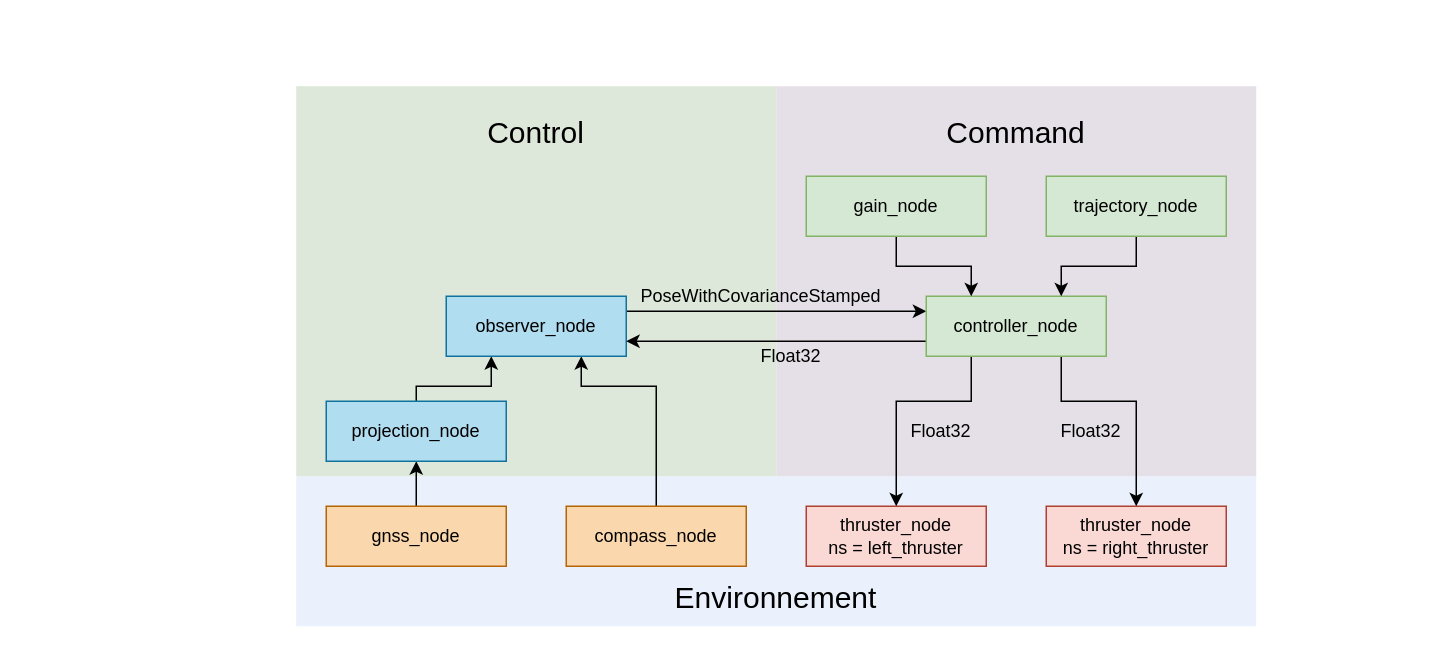
Jules-Berhault/ddbot keeps this draw.io diagram as doc/DDBot.drawio. Above is the earlier version. Source tidied: cells renumbered, new cells numbered last; positions are measured from the earlier drawing's top-left corner, leaving out a move shared by most shapes. Both pictures are drawn from the tidied source at 150%, with x=0, y=0 at pixel (296, 86).
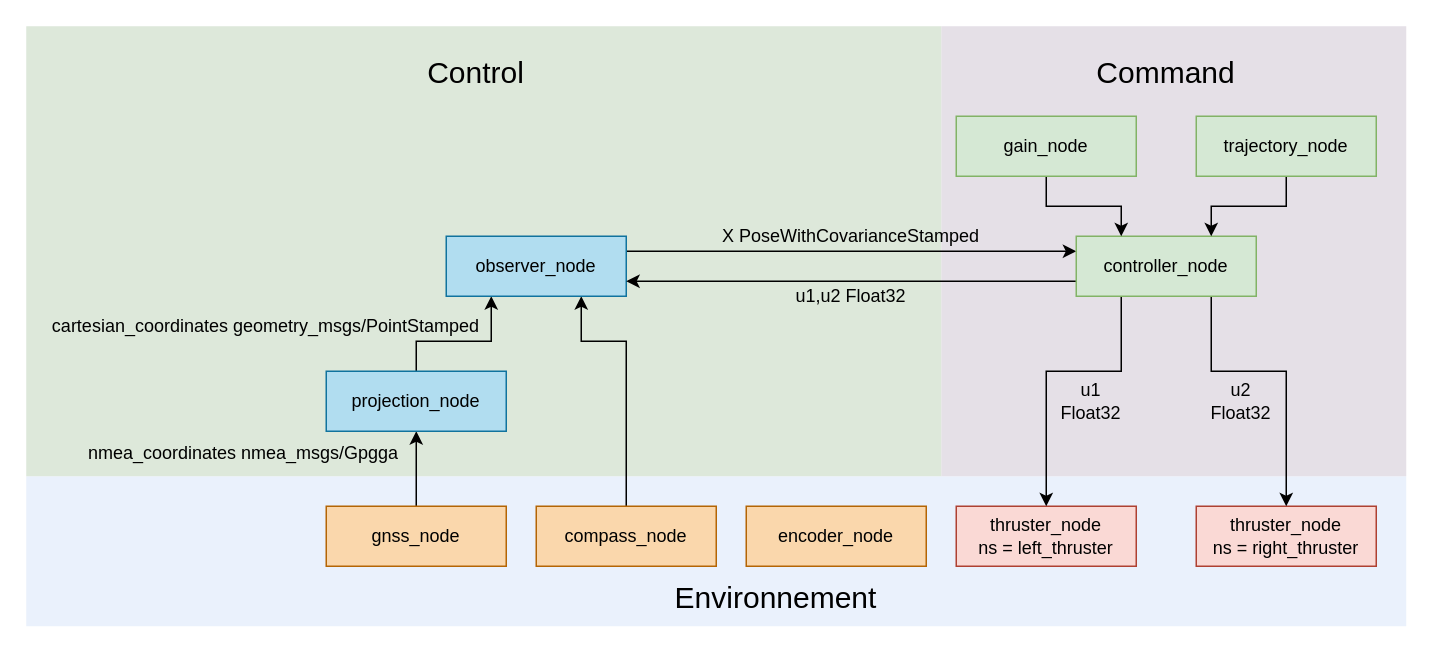
The same page after the edit.

What changed in the source:
```diff
@@
     <mxCell id="2" style="rounded=0;whiteSpace=wrap;html=1;fillColor=#EAF1FC;strokeColor=none;gradientColor=none;" parent="1" vertex="1">
-      <mxGeometry y="260" width="640" height="100" as="geometry" />
+      <mxGeometry x="-180" y="260" width="920" height="100" as="geometry" />
     </mxCell>
     <mxCell id="3" style="rounded=0;whiteSpace=wrap;html=1;fillColor=#E5E0E7;strokeColor=none;" parent="1" vertex="1">
-      <mxGeometry x="320" width="320" height="260" as="geometry" />
+      <mxGeometry x="430" y="-40" width="310" height="300" as="geometry" />
     </mxCell>
     <mxCell id="4" style="rounded=0;whiteSpace=wrap;html=1;fillColor=#DDE8DA;strokeColor=none;" parent="1" vertex="1">
-      <mxGeometry width="320" height="260" as="geometry" />
+      <mxGeometry x="-180" y="-40" width="610" height="300" as="geometry" />
     </mxCell>
     <mxCell id="5" style="edgeStyle=orthogonalEdgeStyle;rounded=0;jettySize=auto;html=1;exitX=0.5;exitY=0;exitDx=0;exitDy=0;entryX=0.75;entryY=1;entryDx=0;entryDy=0;" parent="1" edge="1" source="6" target="14">
       <mxGeometry relative="1" as="geometry">
         <Array as="points">
-          <mxPoint x="240" y="200" />
-          <mxPoint x="190" y="200" />
+          <mxPoint x="220" y="170" />
+          <mxPoint x="190" y="170" />
         </Array>
       </mxGeometry>
     </mxCell>
     <mxCell id="6" value="compass_node" style="rounded=0;whiteSpace=wrap;html=1;fillColor=#fad7ac;strokeColor=#b46504;" parent="1" vertex="1">
-      <mxGeometry x="180" y="280" width="120" height="40" as="geometry" />
+      <mxGeometry x="160" y="280" width="120" height="40" as="geometry" />
     </mxCell>
@@
     <mxCell id="9" value="thruster_node&lt;br&gt;ns = left_thruster" style="rounded=0;whiteSpace=wrap;html=1;fillColor=#fad9d5;strokeColor=#ae4132;" parent="1" vertex="1">
-      <mxGeometry x="340" y="280" width="120" height="40" as="geometry" />
+      <mxGeometry x="440" y="280" width="120" height="40" as="geometry" />
     </mxCell>
     <mxCell id="10" value="thruster_node&lt;br&gt;ns = right_thruster" style="rounded=0;whiteSpace=wrap;html=1;fillColor=#fad9d5;strokeColor=#ae4132;" parent="1" vertex="1">
-      <mxGeometry x="500" y="280" width="120" height="40" as="geometry" />
+      <mxGeometry x="600" y="280" width="120" height="40" as="geometry" />
     </mxCell>
     <mxCell id="11" style="edgeStyle=orthogonalEdgeStyle;rounded=0;jettySize=auto;html=1;exitX=0.5;exitY=0;exitDx=0;exitDy=0;entryX=0.25;entryY=1;entryDx=0;entryDy=0;" parent="1" edge="1" source="12" target="14">
       <mxGeometry relative="1" as="geometry">
         <Array as="points">
-          <mxPoint x="80" y="200" />
-          <mxPoint x="130" y="200" />
+          <mxPoint x="80" y="170" />
+          <mxPoint x="130" y="170" />
         </Array>
       </mxGeometry>
     </mxCell>
     <mxCell id="12" value="projection_node" style="rounded=0;whiteSpace=wrap;html=1;fillColor=#b1ddf0;strokeColor=#10739e;" parent="1" vertex="1">
-      <mxGeometry x="20" y="210" width="120" height="40" as="geometry" />
+      <mxGeometry x="20" y="190" width="120" height="40" as="geometry" />
     </mxCell>
@@
     <mxCell id="14" value="observer_node" style="rounded=0;whiteSpace=wrap;html=1;fillColor=#b1ddf0;strokeColor=#10739e;" parent="1" vertex="1">
-      <mxGeometry x="100" y="140" width="120" height="40" as="geometry" />
+      <mxGeometry x="100" y="100" width="120" height="40" as="geometry" />
     </mxCell>
     <mxCell id="15" style="edgeStyle=orthogonalEdgeStyle;rounded=0;jettySize=auto;html=1;exitX=0.25;exitY=1;exitDx=0;exitDy=0;entryX=0.5;entryY=0;entryDx=0;entryDy=0;" parent="1" edge="1" source="18" target="9">
       <mxGeometry relative="1" as="geometry">
         <Array as="points">
-          <mxPoint x="450" y="210" />
-          <mxPoint x="400" y="210" />
+          <mxPoint x="550" y="190" />
+          <mxPoint x="500" y="190" />
         </Array>
       </mxGeometry>
     </mxCell>
     <mxCell id="16" style="edgeStyle=orthogonalEdgeStyle;rounded=0;jettySize=auto;html=1;exitX=0.75;exitY=1;exitDx=0;exitDy=0;entryX=0.5;entryY=0;entryDx=0;entryDy=0;" parent="1" edge="1" source="18" target="10">
       <mxGeometry relative="1" as="geometry">
         <Array as="points">
-          <mxPoint x="510" y="210" />
-          <mxPoint x="560" y="210" />
+          <mxPoint x="610" y="190" />
+          <mxPoint x="660" y="190" />
         </Array>
       </mxGeometry>
     </mxCell>
@@
     <mxCell id="18" value="controller_node" style="rounded=0;whiteSpace=wrap;html=1;fillColor=#d5e8d4;strokeColor=#82b366;" parent="1" vertex="1">
-      <mxGeometry x="420" y="140" width="120" height="40" as="geometry" />
+      <mxGeometry x="520" y="100" width="120" height="40" as="geometry" />
     </mxCell>
     <mxCell id="19" style="edgeStyle=orthogonalEdgeStyle;rounded=0;jettySize=auto;html=1;exitX=0.5;exitY=1;exitDx=0;exitDy=0;entryX=0.25;entryY=0;entryDx=0;entryDy=0;startArrow=none;startFill=0;endArrow=classic;endFill=1;" parent="1" edge="1" source="20" target="18">
       <mxGeometry relative="1" as="geometry">
         <Array as="points">
-          <mxPoint x="400" y="120" />
-          <mxPoint x="450" y="120" />
+          <mxPoint x="500" y="80" />
+          <mxPoint x="550" y="80" />
         </Array>
       </mxGeometry>
     </mxCell>
     <mxCell id="20" value="gain_node" style="rounded=0;whiteSpace=wrap;html=1;fillColor=#d5e8d4;strokeColor=#82b366;" parent="1" vertex="1">
-      <mxGeometry x="340" y="60" width="120" height="40" as="geometry" />
+      <mxGeometry x="440" y="20" width="120" height="40" as="geometry" />
     </mxCell>
     <mxCell id="21" style="edgeStyle=orthogonalEdgeStyle;rounded=0;jettySize=auto;html=1;exitX=0.5;exitY=1;exitDx=0;exitDy=0;entryX=0.75;entryY=0;entryDx=0;entryDy=0;startArrow=none;startFill=0;endArrow=classic;endFill=1;" parent="1" edge="1" source="22" target="18">
       <mxGeometry relative="1" as="geometry">
         <Array as="points">
-          <mxPoint x="560" y="120" />
-          <mxPoint x="510" y="120" />
+          <mxPoint x="660" y="80" />
+          <mxPoint x="610" y="80" />
         </Array>
       </mxGeometry>
     </mxCell>
     <mxCell id="22" value="trajectory_node" style="rounded=0;whiteSpace=wrap;html=1;fillColor=#d5e8d4;strokeColor=#82b366;" parent="1" vertex="1">
-      <mxGeometry x="500" y="60" width="120" height="40" as="geometry" />
+      <mxGeometry x="600" y="20" width="120" height="40" as="geometry" />
     </mxCell>
     <mxCell id="23" value="&lt;font style=&quot;font-size: 20px&quot;&gt;Control&lt;/font&gt;" style="text;html=1;strokeColor=none;fillColor=none;align=center;verticalAlign=middle;whiteSpace=wrap;rounded=0;" parent="1" vertex="1">
-      <mxGeometry x="140" y="20" width="40" height="20" as="geometry" />
+      <mxGeometry x="100" y="-20" width="40" height="20" as="geometry" />
     </mxCell>
     <mxCell id="24" value="&lt;font style=&quot;font-size: 20px&quot;&gt;Command&lt;br&gt;&lt;/font&gt;" style="text;html=1;strokeColor=none;fillColor=none;align=center;verticalAlign=middle;whiteSpace=wrap;rounded=0;" parent="1" vertex="1">
-      <mxGeometry x="460" y="20" width="40" height="20" as="geometry" />
+      <mxGeometry x="560" y="-20" width="40" height="20" as="geometry" />
     </mxCell>
@@
-    <mxCell id="26" value="PoseWithCovarianceStamped" style="text;html=1;strokeColor=none;fillColor=none;align=center;verticalAlign=middle;whiteSpace=wrap;rounded=0;" parent="1" vertex="1">
-      <mxGeometry x="290" y="130" width="40" height="20" as="geometry" />
+    <mxCell id="26" value="X PoseWithCovarianceStamped" style="text;html=1;strokeColor=none;fillColor=none;align=center;verticalAlign=middle;whiteSpace=wrap;rounded=0;" parent="1" vertex="1">
+      <mxGeometry x="265" y="90" width="210" height="20" as="geometry" />
     </mxCell>
-    <mxCell id="27" value="Float32" style="text;html=1;strokeColor=none;fillColor=none;align=center;verticalAlign=middle;whiteSpace=wrap;rounded=0;" parent="1" vertex="1">
-      <mxGeometry x="410" y="220" width="40" height="20" as="geometry" />
+    <mxCell id="27" value="u1 Float32" style="text;html=1;strokeColor=none;fillColor=none;align=center;verticalAlign=middle;whiteSpace=wrap;rounded=0;" parent="1" vertex="1">
+      <mxGeometry x="510" y="200" width="40" height="20" as="geometry" />
     </mxCell>
-    <mxCell id="28" value="Float32" style="text;html=1;strokeColor=none;fillColor=none;align=center;verticalAlign=middle;whiteSpace=wrap;rounded=0;" parent="1" vertex="1">
-      <mxGeometry x="510" y="220" width="40" height="20" as="geometry" />
+    <mxCell id="28" value="u2 Float32" style="text;html=1;strokeColor=none;fillColor=none;align=center;verticalAlign=middle;whiteSpace=wrap;rounded=0;" parent="1" vertex="1">
+      <mxGeometry x="610" y="200" width="40" height="20" as="geometry" />
     </mxCell>
-    <mxCell id="29" value="Float32" style="text;html=1;strokeColor=none;fillColor=none;align=center;verticalAlign=middle;whiteSpace=wrap;rounded=0;" parent="1" vertex="1">
-      <mxGeometry x="310" y="170" width="40" height="20" as="geometry" />
+    <mxCell id="29" value="u1,u2 Float32" style="text;html=1;strokeColor=none;fillColor=none;align=center;verticalAlign=middle;whiteSpace=wrap;rounded=0;" parent="1" vertex="1">
+      <mxGeometry x="305" y="130" width="130" height="20" as="geometry" />
     </mxCell>
+    <mxCell id="30" value="encoder_node" style="rounded=0;whiteSpace=wrap;html=1;fillColor=#fad7ac;strokeColor=#b46504;" parent="1" vertex="1">
+      <mxGeometry x="300" y="280" width="120" height="40" as="geometry" />
+    </mxCell>
+    <mxCell id="31" value="nmea_coordinates nmea_msgs/Gpgga" style="text;html=1;strokeColor=none;fillColor=none;align=center;verticalAlign=middle;whiteSpace=wrap;rounded=0;" parent="1" vertex="1">
+      <mxGeometry x="-140" y="235" width="210" height="20" as="geometry" />
+    </mxCell>
+    <mxCell id="32" value="cartesian_coordinates geometry_msgs/PointStamped" style="text;html=1;strokeColor=none;fillColor=none;align=center;verticalAlign=middle;whiteSpace=wrap;rounded=0;" parent="1" vertex="1">
+      <mxGeometry x="-170" y="150" width="300" height="20" as="geometry" />
+    </mxCell>
```
